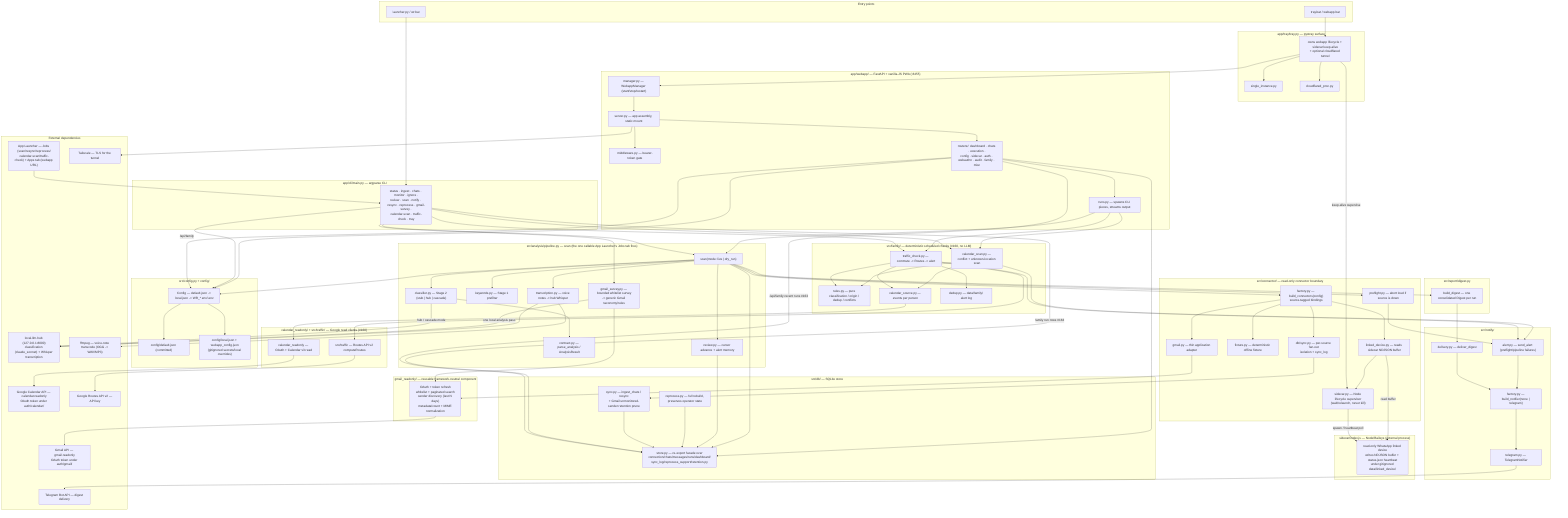
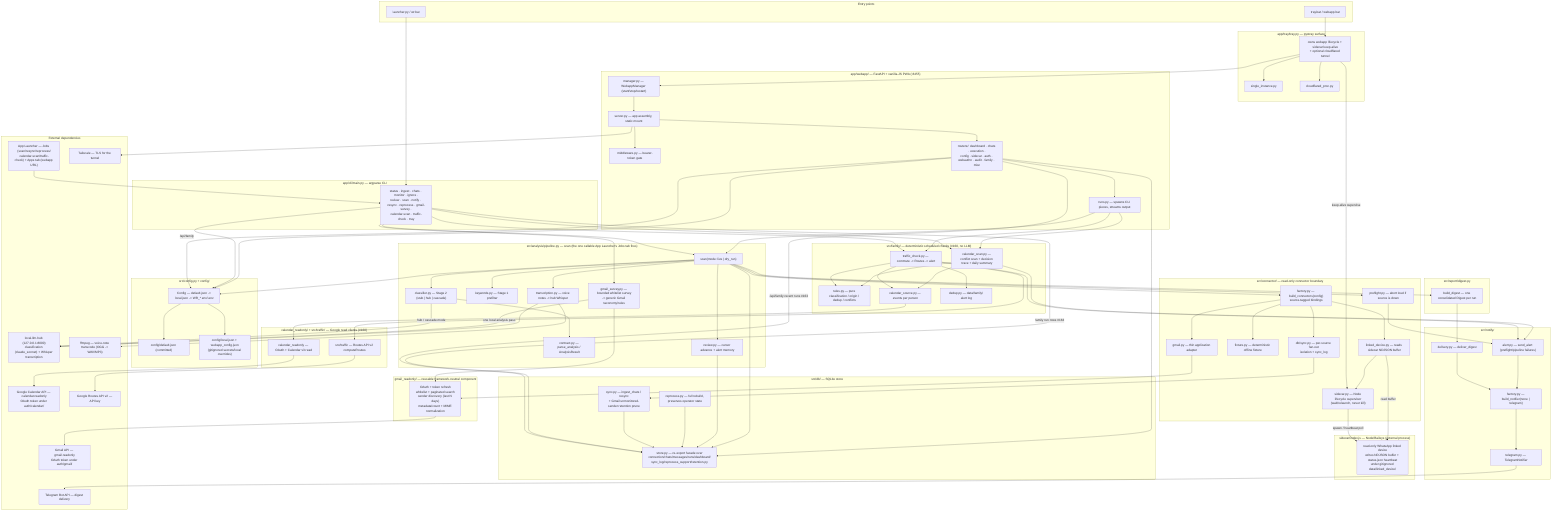
%% docs/architecture.mmd — whatsapp-radar's own internal structure.
%% Hand-authored, not generated (unlike fleet-config's mechanically-aggregated
%% fleet-wide `/system-map`) — this repo's own internal shape is semantic and
%% can't be crawled the same way. Update this diagram in the same PR as any
%% material structural change (a connector added, a pipeline stage moved, a
%% router split) — same anti-staleness contract as this repo's `.fleet.toml`
%% `description` field. See fleet-config's `CLAUDE.md` ("Every repo carries a
%% `.fleet.toml`") for the general convention (ferraroroberto/fleet-config#256).

flowchart TB
  subgraph entry["Entry points"]
    LAUNCHER["launcher.py / wr.bat"]
    TRAYBAT["tray.bat / webapp.bat"]
  end

  subgraph cli["app/cli/main.py — argparse CLI"]
    CLICMDS["status · ingest · chats · monitor · ignore ·\nreview · scan · notify · resync · reprocess · gmail-survey ·\ncalendar-scan · traffic-check · tray"]
  end
  LAUNCHER --> CLICMDS

  subgraph tray["app/tray/tray.py — pystray surface"]
    TRAYPY["owns webapp lifecycle + sidecar keep-alive\n+ optional cloudflared tunnel"]
    SINGLEINST["single_instance.py"]
    CLOUDFLARED["cloudflared_proc.py"]
  end
  TRAYBAT --> TRAYPY
  TRAYPY --> SINGLEINST
  TRAYPY --> CLOUDFLARED

  subgraph webapp["app/webapp/ — FastAPI + vanilla-JS PWA (:8455)"]
    SERVER["server.py — app assembly, static mount"]
    MANAGER["manager.py — WebappManager (start/stop/restart)"]
    MIDDLEWARE["middleware.py — bearer-token gate"]
    RUNS["runs.py — spawns CLI pieces, streams output"]
    ROUTERS["routers/: dashboard · chats · execution ·\nconfig · sidecar · auth · webauthn · audit · family · misc"]
  end
  TRAYPY --> MANAGER
  MANAGER --> SERVER
  SERVER --> MIDDLEWARE
  SERVER --> ROUTERS
  ROUTERS --> RUNS

  subgraph pipeline["src/analysis/pipeline.py — scan (the one callable App Launcher's Jobs tab fires)"]
    SCAN["scan(mode: live | dry_run)"]
    TRANSCRIBE["transcription.py — voice notes -> hub Whisper"]
    KEYWORDS["keywords.py — Stage 1 prefilter"]
    CLASSIFIER["classifier.py — Stage 2 (stub | hub | cascade)"]
    CONTRACT["contract.py — parse_analysis / AnalysisResult"]
    REVIEW["review.py — cursor advance + alert memory"]
    SURVEY["gmail_survey.py — bounded whitelist survey\n-> generic Gmail taxonomy/rules"]
  end
  CLICMDS --> SCAN
  RUNS --> SCAN
  SCAN --> TRANSCRIBE
  SCAN --> KEYWORDS
  SCAN --> CLASSIFIER
  CLASSIFIER --> CONTRACT
  SCAN --> REVIEW
  CLICMDS --> SURVEY

  subgraph connector["src/connector/ — read-only connector boundary"]
    CFACTORY["factory.py — build_connectors(config)\nsource-tagged bindings"]
    FANOUT["db/sync.py — per-source fan-out\nisolation + sync_log"]
    FIXTURE["fixture.py — deterministic offline fixture"]
    LINKED["linked_device.py — reads sidecar NDJSON buffer"]
    GMAIL["gmail.py — thin application adapter"]
    SIDECARPY["sidecar.py — Node lifecycle supervisor\n(wait/relaunch, never kill)"]
    PREFLIGHT["preflight.py — abort loud if source is down"]
  end
  SCAN --> CFACTORY
  CFACTORY --> FANOUT
  CFACTORY --> FIXTURE
  CFACTORY --> LINKED
  CFACTORY --> GMAIL
  SCAN --> PREFLIGHT
  TRAYPY -->|keep-alive supervise| SIDECARPY
  LINKED --> SIDECARPY

  subgraph gmailcore["gmail_readonly/ — reusable framework-neutral component"]
    GMAILCORE["OAuth + token refresh\nwhitelist + paginated search\nsender discovery (last N days)\nmetadata/count + MIME normalization"]
  end
  GMAIL --> GMAILCORE
  SURVEY --> GMAILCORE

  subgraph family["src/family/ — deterministic scheduled checks (#160, no LLM)"]
    FRULES["rules.py — pure classification / origin / dedup / conflicts"]
    FTRAFFIC["traffic_check.py — commute -> Routes -> alert"]
-     FCAL["calendar_scan.py — conflict + unknown-location scan"]
+     FCAL["calendar_scan.py — conflict scan + decision trace + daily summary"]
    FSOURCE["calendar_source.py — events per person"]
    FDEDUP["dedup.py — data/family/ alert log"]
  end
  CLICMDS --> FTRAFFIC
  CLICMDS --> FCAL
  FTRAFFIC --> FRULES
  FCAL --> FRULES
  FTRAFFIC --> FSOURCE
  FCAL --> FSOURCE
  FTRAFFIC --> FDEDUP
  FTRAFFIC --> ALERT
  FCAL --> ALERT
  ROUTERS -->|/api/family| CONFIGPY
  ROUTERS -->|/api/family recent runs #163| STORE
  CLICMDS -->|family run rows #163| STORE
  RUNS --> FTRAFFIC
  RUNS --> FCAL

  subgraph calcore["calendar_readonly/ + src/traffic/ — Google read clients (#160)"]
    CALCLIENT["calendar_readonly — OAuth + Calendar v3 read"]
    ROUTESCLIENT["src/traffic — Routes API v2 computeRoutes"]
  end
  FSOURCE --> CALCLIENT
  FTRAFFIC --> ROUTESCLIENT

  subgraph sidecarnode["sidecar/index.js — Node/Baileys (external process)"]
    BAILEYS["read-only WhatsApp linked device\nwrites NDJSON buffer + status.json heartbeat\nunder gitignored data/linked_device/"]
  end
  SIDECARPY -->|spawn / heartbeat poll| BAILEYS
  LINKED -->|read buffer| BAILEYS

  subgraph db["src/db/ — SQLite store"]
    STORE["store.py — re-export facade over\nconnection/chats/messages/runs/dashboard/\nsync_log/reprocess_support/retention.py"]
    SYNC["sync.py — ingest_chats / resync\n+ Gmail unmonitored-sender retention prune"]
    REPROCESS["reprocess.py — full rebuild, preserves operator state"]
  end
  FANOUT --> SYNC
  SYNC --> STORE
  REPROCESS --> STORE
  REVIEW --> STORE
  SCAN --> STORE
  ROUTERS --> STORE

  subgraph report["src/report/digest.py"]
    DIGEST["build_digest — one consolidated Digest per run"]
  end
  SCAN --> DIGEST

  subgraph notify["src/notify/"]
    NFACTORY["factory.py — build_notifier(none | telegram)"]
    DELIVERY["delivery.py — deliver_digest"]
    ALERT["alert.py — send_alert (preflight/pipeline failures)"]
    TELEGRAM["telegram.py — TelegramNotifier"]
  end
  DIGEST --> DELIVERY
  DELIVERY --> NFACTORY
  NFACTORY --> TELEGRAM
  PREFLIGHT --> ALERT
  ALERT --> NFACTORY

  subgraph config["src/config.py + config/"]
    CONFIGPY["Config — default.json -> local.json -> WR_* env/.env"]
    DEFAULTJSON["config/default.json (committed)"]
    LOCALJSON["config/local.json + webapp_config.json\n(gitignored secrets/local overrides)"]
  end
  CLICMDS --> CONFIGPY
  SCAN --> CONFIGPY
  ROUTERS --> CONFIGPY
  CONFIGPY --> DEFAULTJSON
  CONFIGPY --> LOCALJSON

  subgraph ext["External dependencies"]
    HUB["local-llm-hub (127.0.0.1:8000)\nclassification (claude_sonnet) + Whisper transcription"]
    TELEGRAMAPI["Telegram Bot API — digest delivery"]
    APPLAUNCHER["App Launcher — Jobs (scan/resync/reprocess/\ncalendar-scan/traffic-check) + Apps tab (webapp URL)"]
    TAILSCALE["Tailscale — TLS for the tunnel"]
    FFMPEG["ffmpeg — voice-note transcode (OGG -> WAV/MP3)"]
    GMAILAPI["Gmail API — gmail.readonly\nOAuth token under auth/gmail/"]
    CALAPI["Google Calendar API — calendar.readonly\nOAuth token under auth/calendar/"]
    ROUTESAPI["Google Routes API v2 — API key"]
  end
  CLASSIFIER -->|hub / cascade mode| HUB
  SURVEY -->|one local analysis pass| HUB
  TRANSCRIBE --> HUB
  TELEGRAM --> TELEGRAMAPI
  APPLAUNCHER --> CLICMDS
  SERVER --> TAILSCALE
  TRANSCRIBE --> FFMPEG
  GMAILCORE --> GMAILAPI
  CALCLIENT --> CALAPI
  ROUTESCLIENT --> ROUTESAPI
